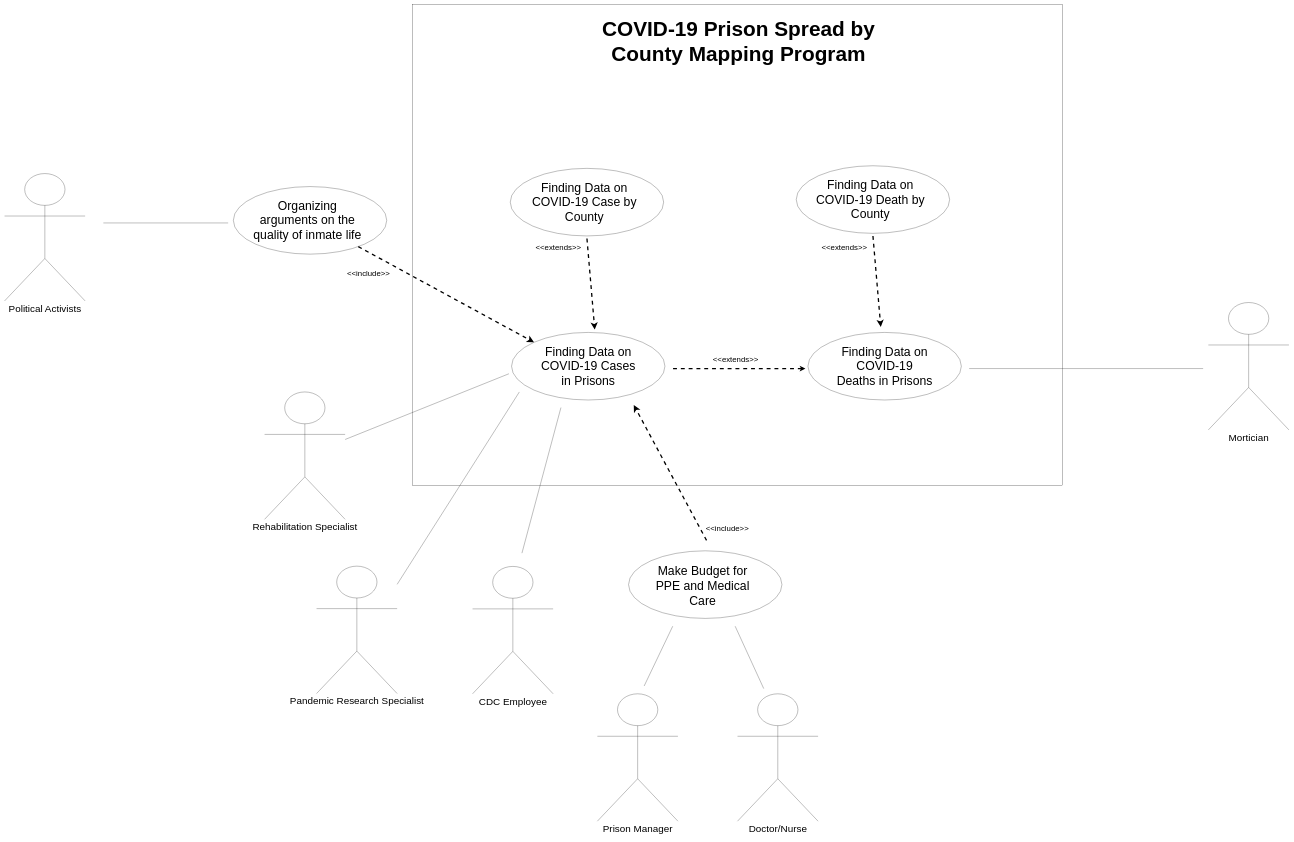
Above: SoAPs Use Case Diagram.drawio in Kutoux/SoAPs (draw.io), before the change. Source tidied: cells renumbered, new cells numbered last; positions are measured from the earlier drawing's top-left corner, leaving out a move shared by most shapes. Both pictures are drawn from the tidied source at 26%, with x=0, y=0 at pixel (4, 4).
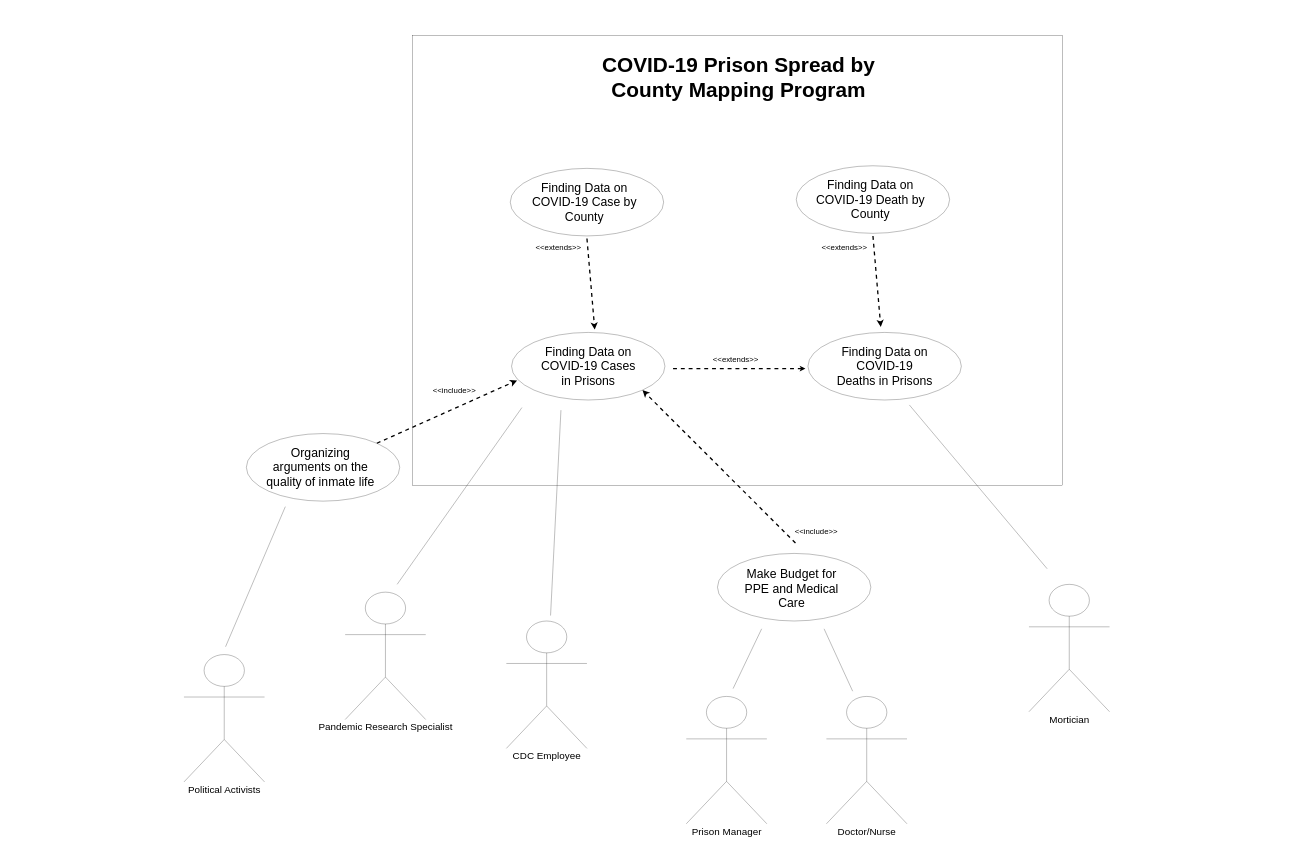
The same page after the edit.

Unchanged cells that the change refers to:
```xml
<mxCell id="5" style="ellipse;whiteSpace=wrap;html=1;fontSize=26;" parent="1" vertex="1">
  <mxGeometry x="1950" y="1261" width="590" height="260" as="geometry" />
</mxCell>
```

Diff of the diagram source:
```diff
@@
     <mxCell id="2" style="rounded=0;whiteSpace=wrap;html=1;fillColor=none;fontSize=30;" parent="1" vertex="1">
-      <mxGeometry x="1570" width="2500" height="1850" as="geometry" />
+      <mxGeometry x="1570" y="120" width="2500" height="1730" as="geometry" />
     </mxCell>
-    <mxCell id="3" value="&lt;font style=&quot;font-size: 38px&quot;&gt;Rehabilitation Specialist&lt;/font&gt;" style="shape=umlActor;verticalLabelPosition=bottom;verticalAlign=top;html=1;" parent="1" vertex="1">
-      <mxGeometry x="1000" y="1490" width="310" height="490" as="geometry" />
-    </mxCell>
-    <mxCell id="4" style="endArrow=none;html=1;fontSize=26;" parent="1" edge="1" source="3">
-      <mxGeometry relative="1" as="geometry">
-        <mxPoint x="1940" y="1420" as="targetPoint" />
-      </mxGeometry>
-    </mxCell>
@@
     <mxCell id="7" value="CDC Employee" style="shape=umlActor;verticalLabelPosition=bottom;verticalAlign=top;html=1;fontSize=38;" parent="1" vertex="1">
-      <mxGeometry x="1800" y="2161" width="310" height="490" as="geometry" />
+      <mxGeometry x="1930" y="2371" width="310" height="490" as="geometry" />
     </mxCell>
     <mxCell id="8" style="endArrow=none;html=1;fontSize=47;" parent="1" edge="1">
       <mxGeometry relative="1" as="geometry">
-        <mxPoint x="1980" y="1490" as="sourcePoint" />
+        <mxPoint x="1990" y="1550" as="sourcePoint" />
         <mxPoint x="1510" y="2230" as="targetPoint" />
       </mxGeometry>
     </mxCell>
     <mxCell id="9" value="Pandemic Research Specialist" style="shape=umlActor;verticalLabelPosition=bottom;verticalAlign=top;html=1;fontSize=38;" parent="1" vertex="1">
-      <mxGeometry x="1200" y="2160" width="310" height="490" as="geometry" />
+      <mxGeometry x="1310" y="2260" width="310" height="490" as="geometry" />
     </mxCell>
     <mxCell id="10" style="endArrow=none;html=1;fontSize=38;" parent="1" edge="1">
       <mxGeometry relative="1" as="geometry">
-        <mxPoint x="1990" y="2110" as="sourcePoint" />
-        <mxPoint x="2140" y="1550" as="targetPoint" />
+        <mxPoint x="2100" y="2350" as="sourcePoint" />
+        <mxPoint x="2140" y="1560" as="targetPoint" />
       </mxGeometry>
     </mxCell>
     <mxCell id="11" value="Prison Manager" style="shape=umlActor;verticalLabelPosition=bottom;verticalAlign=top;html=1;fontSize=38;" parent="1" vertex="1">
-      <mxGeometry x="2280" y="2651" width="310" height="490" as="geometry" />
+      <mxGeometry x="2622" y="2661" width="310" height="490" as="geometry" />
     </mxCell>
     <mxCell id="12" style="ellipse;whiteSpace=wrap;html=1;fontSize=26;" parent="1" vertex="1">
-      <mxGeometry x="2400" y="2101" width="590" height="260" as="geometry" />
+      <mxGeometry x="2742" y="2111" width="590" height="260" as="geometry" />
     </mxCell>
     <mxCell id="13" style="endArrow=none;html=1;fontSize=38;" parent="1" edge="1">
       <mxGeometry relative="1" as="geometry">
-        <mxPoint x="2460" y="2621" as="sourcePoint" />
-        <mxPoint x="2570" y="2391" as="targetPoint" />
+        <mxPoint x="2802" y="2631" as="sourcePoint" />
+        <mxPoint x="2912" y="2401" as="targetPoint" />
       </mxGeometry>
     </mxCell>
     <mxCell id="14" value="Make Budget for PPE and Medical Care" style="text;html=1;strokeColor=none;fillColor=none;align=center;verticalAlign=middle;whiteSpace=wrap;rounded=0;fontSize=47;" parent="1" vertex="1">
-      <mxGeometry x="2495" y="2171" width="380" height="130" as="geometry" />
+      <mxGeometry x="2837" y="2181" width="380" height="130" as="geometry" />
     </mxCell>
-    <mxCell id="15" style="endArrow=classic;dashed=1;endFill=1;endSize=12;html=1;fontSize=38;spacing=5;spacingTop=16;fontStyle=0;strokeWidth=5;startArrow=none;startFill=0;" parent="1" edge="1">
+    <mxCell id="15" style="endArrow=classic;dashed=1;endFill=1;endSize=12;html=1;fontSize=38;spacing=5;spacingTop=16;fontStyle=0;strokeWidth=5;startArrow=none;startFill=0;entryX=1;entryY=1;entryDx=0;entryDy=0;" parent="1" edge="1" target="5">
       <mxGeometry relative="1" as="geometry">
-        <mxPoint x="2700" y="2061" as="sourcePoint" />
-        <mxPoint x="2420" y="1540" as="targetPoint" />
+        <mxPoint x="3042" y="2071" as="sourcePoint" />
       </mxGeometry>
     </mxCell>
     <mxCell id="16" value="&amp;lt;&amp;lt;include&amp;gt;&amp;gt;" style="text;html=1;strokeColor=none;fillColor=none;align=center;verticalAlign=middle;whiteSpace=wrap;rounded=0;fontSize=30;rotation=0;" parent="1" vertex="1">
-      <mxGeometry x="2590" y="1951" width="380" height="130" as="geometry" />
+      <mxGeometry x="2932" y="1961" width="380" height="130" as="geometry" />
     </mxCell>
     <mxCell id="17" value="Doctor/Nurse" style="shape=umlActor;verticalLabelPosition=bottom;verticalAlign=top;html=1;fontSize=38;" parent="1" vertex="1">
-      <mxGeometry x="2819" y="2651" width="310" height="490" as="geometry" />
+      <mxGeometry x="3161" y="2661" width="310" height="490" as="geometry" />
     </mxCell>
     <mxCell id="18" style="endArrow=none;html=1;strokeWidth=1;fontSize=30;" parent="1" edge="1">
       <mxGeometry relative="1" as="geometry">
-        <mxPoint x="2920" y="2631" as="sourcePoint" />
-        <mxPoint x="2810" y="2391" as="targetPoint" />
+        <mxPoint x="3262" y="2641" as="sourcePoint" />
+        <mxPoint x="3152" y="2401" as="targetPoint" />
       </mxGeometry>
     </mxCell>
     <mxCell id="19" value="&lt;font size=&quot;1&quot;&gt;&lt;b style=&quot;font-size: 80px&quot;&gt;COVID-19 Prison Spread by County Mapping Program&lt;/b&gt;&lt;/font&gt;" style="text;html=1;strokeColor=none;fillColor=none;align=center;verticalAlign=middle;whiteSpace=wrap;rounded=0;fontSize=30;" parent="1" vertex="1">
-      <mxGeometry x="2176" y="60" width="1294" height="160" as="geometry" />
+      <mxGeometry x="2176" y="200" width="1294" height="160" as="geometry" />
     </mxCell>
@@
     <mxCell id="28" value="Mortician" style="shape=umlActor;verticalLabelPosition=bottom;verticalAlign=top;html=1;fontSize=38;" parent="1" vertex="1">
-      <mxGeometry x="4630" y="1146" width="310" height="490" as="geometry" />
+      <mxGeometry x="3940" y="2230" width="310" height="490" as="geometry" />
     </mxCell>
     <mxCell id="29" style="endArrow=none;html=1;strokeWidth=1;fontSize=30;" parent="1" edge="1">
       <mxGeometry relative="1" as="geometry">
-        <mxPoint x="4610" y="1400" as="sourcePoint" />
-        <mxPoint x="3710" y="1400" as="targetPoint" />
+        <mxPoint x="4010" y="2170" as="sourcePoint" />
+        <mxPoint x="3480" y="1540" as="targetPoint" />
       </mxGeometry>
     </mxCell>
@@
     <mxCell id="34" value="&lt;font style=&quot;font-size: 38px&quot;&gt;Political Activists&lt;/font&gt;" style="shape=umlActor;verticalLabelPosition=bottom;verticalAlign=top;html=1;" parent="1" vertex="1">
-      <mxGeometry y="650" width="310" height="490" as="geometry" />
+      <mxGeometry x="690" y="2500" width="310" height="490" as="geometry" />
     </mxCell>
     <mxCell id="35" style="endArrow=none;html=1;strokeWidth=1;fontSize=30;" parent="1" edge="1">
       <mxGeometry relative="1" as="geometry">
-        <mxPoint x="380" y="840" as="sourcePoint" />
-        <mxPoint x="860" y="840" as="targetPoint" />
+        <mxPoint x="850" y="2470" as="sourcePoint" />
+        <mxPoint x="1080" y="1931" as="targetPoint" />
       </mxGeometry>
     </mxCell>
     <mxCell id="36" style="ellipse;whiteSpace=wrap;html=1;fontSize=26;" parent="1" vertex="1">
-      <mxGeometry x="880" y="700" width="590" height="260" as="geometry" />
+      <mxGeometry x="930" y="1650" width="590" height="260" as="geometry" />
     </mxCell>
     <mxCell id="37" value="Organizing arguments on the quality of inmate life" style="text;html=1;strokeColor=none;fillColor=none;align=center;verticalAlign=middle;whiteSpace=wrap;rounded=0;fontSize=47;" parent="1" vertex="1">
-      <mxGeometry x="935" y="765" width="460" height="130" as="geometry" />
+      <mxGeometry x="985" y="1715" width="460" height="130" as="geometry" />
     </mxCell>
-    <mxCell id="38" style="endArrow=classic;dashed=1;endFill=1;endSize=12;html=1;fontSize=38;spacing=5;spacingTop=16;fontStyle=0;strokeWidth=5;startArrow=none;startFill=0;entryX=0;entryY=0;entryDx=0;entryDy=0;" parent="1" edge="1" source="36" target="5">
+    <mxCell id="38" style="endArrow=classic;dashed=1;endFill=1;endSize=12;html=1;fontSize=38;spacing=5;spacingTop=16;fontStyle=0;strokeWidth=5;startArrow=none;startFill=0;entryX=0.036;entryY=0.71;entryDx=0;entryDy=0;entryPerimeter=0;" parent="1" edge="1" source="36" target="5">
       <mxGeometry relative="1" as="geometry" />
     </mxCell>
     <mxCell id="39" value="&amp;lt;&amp;lt;include&amp;gt;&amp;gt;" style="text;html=1;strokeColor=none;fillColor=none;align=center;verticalAlign=middle;whiteSpace=wrap;rounded=0;fontSize=30;rotation=0;" parent="1" vertex="1">
-      <mxGeometry x="1210" y="970" width="380" height="130" as="geometry" />
+      <mxGeometry x="1540" y="1420" width="380" height="130" as="geometry" />
     </mxCell>
```
